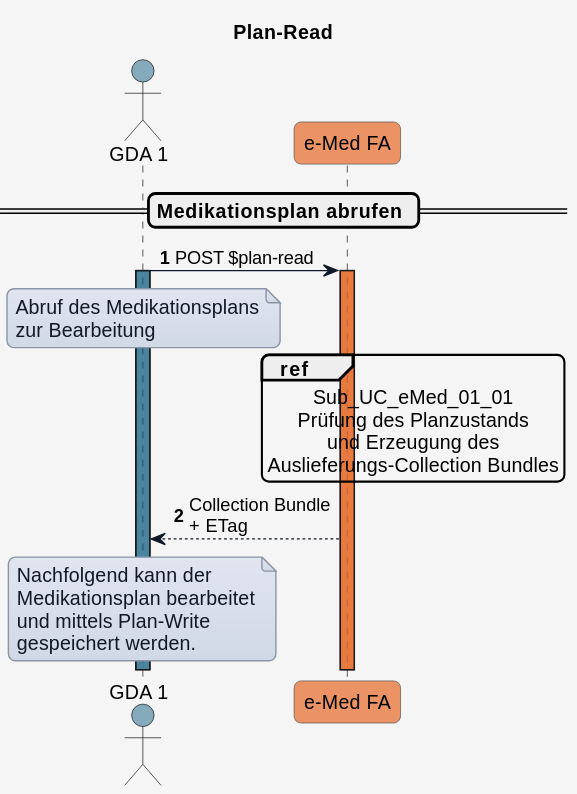
HL7Austria/ELGA-e-Medikation-R4 keeps this PlantUML diagram as input/images/plantuml/UC_eMed_01_01.svg. Above is the earlier version. The source it was exported from:
```plantuml
@startuml
title Plan-Read


skinparam borderColor #000000
skinparam backgroundColor #f5f5f5
skinparam shadowing false
skinparam roundCorner 10
skinparam defaultFontName "Arial"
skinparam defaultFontSize 14
skinparam defaultFontColor #000000
skinparam HyperlinkColor #0000EE
skinparam HyperlinkUnderline false
skinparam BoxPadding 20
skinparam BoxBorderColor #555555

skinparam note {
  BackgroundColor #e0e5f0-#d1d9e6
  BorderColor #8b95a5
  BorderThickness 1
  RoundCorner 0
  Padding 6
  FontColor #111827
  Shadowing false
}

skinparam sequence {
  ParticipantBorderColor #555555
  ParticipantBackgroundColor #ffffff
  ParticipantFontColor #000000
  ParticipantFontSize 14
  ParticipantPadding 20
  ArrowColor #111827
  ArrowThickness 1
  ArrowFontColor #000000
  ArrowFontSize 13
  GroupBorderColor #111827
  GroupBackgroundColor #eef2ff
  GroupBorderThickness 2
}

!define COLOR_GDA_1    #15608280
!define COLOR_GDA_2    #96607D80
!define COLOR_PATIENT  #196B2480
!define COLOR_APO      #0F9ED590
!define COLOR_EMED_FA  #e97232bd
!define COLOR_E_REZEPT #cd3732a9

!define COLOR_OK       #0F9ED525
!define COLOR_ERROR    #E9713235

actor GDA_1 as "GDA 1" COLOR_GDA_1
participant eMed_FA as "e-Med FA" COLOR_EMED_FA


autonumber


== Medikationsplan abrufen ==

GDA_1 -> eMed_FA: POST $plan-read
activate GDA_1 COLOR_GDA_1

note over GDA_1
Abruf des Medikationsplans
zur Bearbeitung
end note

activate eMed_FA COLOR_EMED_FA

ref over eMed_FA
Sub_UC_eMed_01_01
Prüfung des Planzustands
und Erzeugung des
Auslieferungs-Collection Bundles
end ref

eMed_FA --> GDA_1: Collection Bundle\n+ ETag

note over GDA_1
Nachfolgend kann der
Medikationsplan bearbeitet
und mittels Plan-Write
gespeichert werden.
end note
@enduml
```
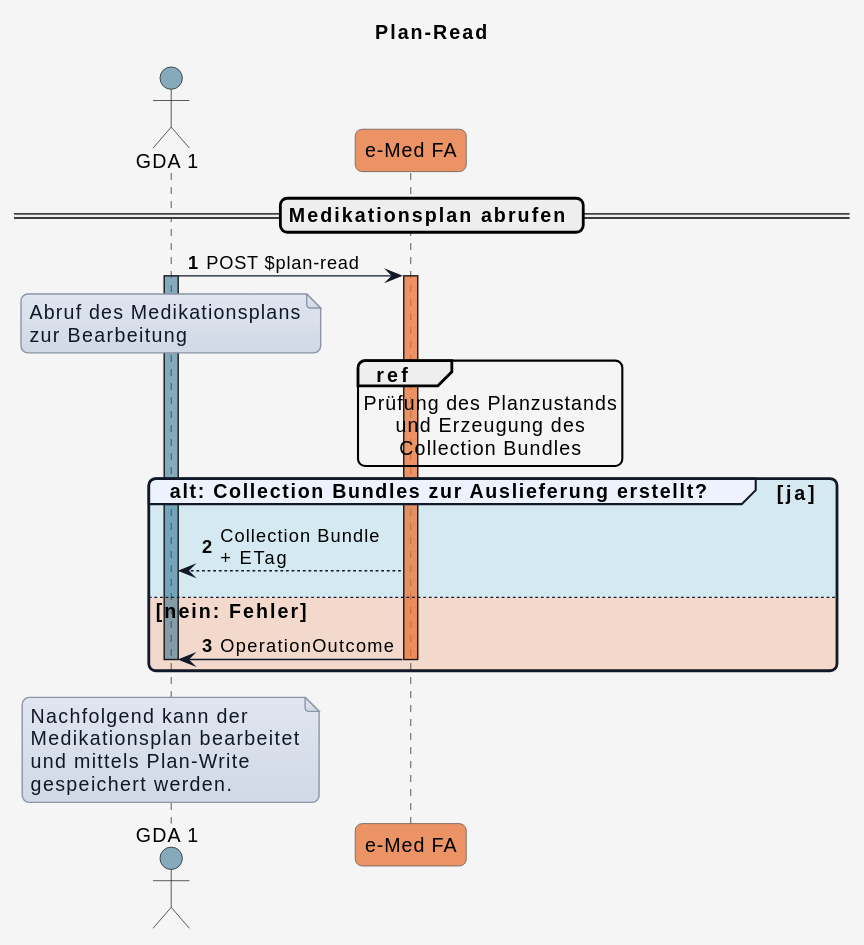
After the change.

Change to the diagram source:
```diff
@@ -69,13 +69,19 @@
 activate eMed_FA COLOR_EMED_FA
 
 ref over eMed_FA
-Sub_UC_eMed_01_01
 Prüfung des Planzustands
 und Erzeugung des
-Auslieferungs-Collection Bundles
+Collection Bundles
 end ref
 
-eMed_FA --> GDA_1: Collection Bundle\n+ ETag
+group COLOR_OK alt: Collection Bundles zur Auslieferung erstellt? [ja]
+  eMed_FA --> GDA_1: Collection Bundle\n+ ETag
+else COLOR_ERROR nein: Fehler
+  eMed_FA -> GDA_1: OperationOutcome
+  deactivate GDA_1
+  deactivate eMed_FA
+end
+
 
 note over GDA_1
 Nachfolgend kann der
```
